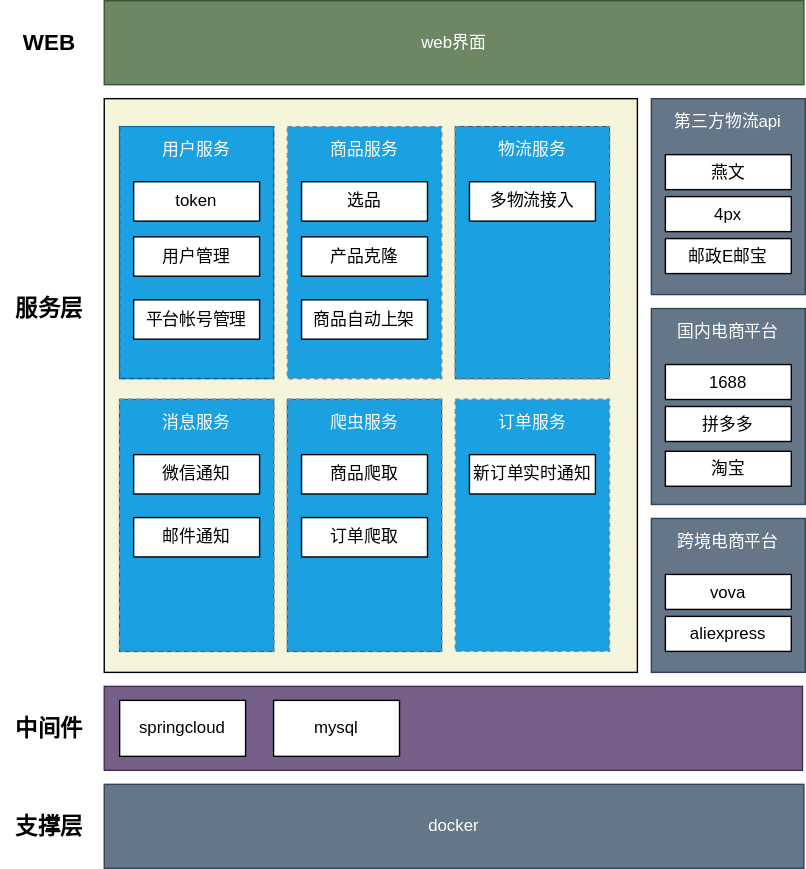
The draw.io diagram doc/architecture.svg in 5345339/cbec-toolbox, before a commit. Source tidied: cells renumbered, new cells last; positions are measured from the earlier drawing's top-left corner, leaving out a move shared by most shapes.
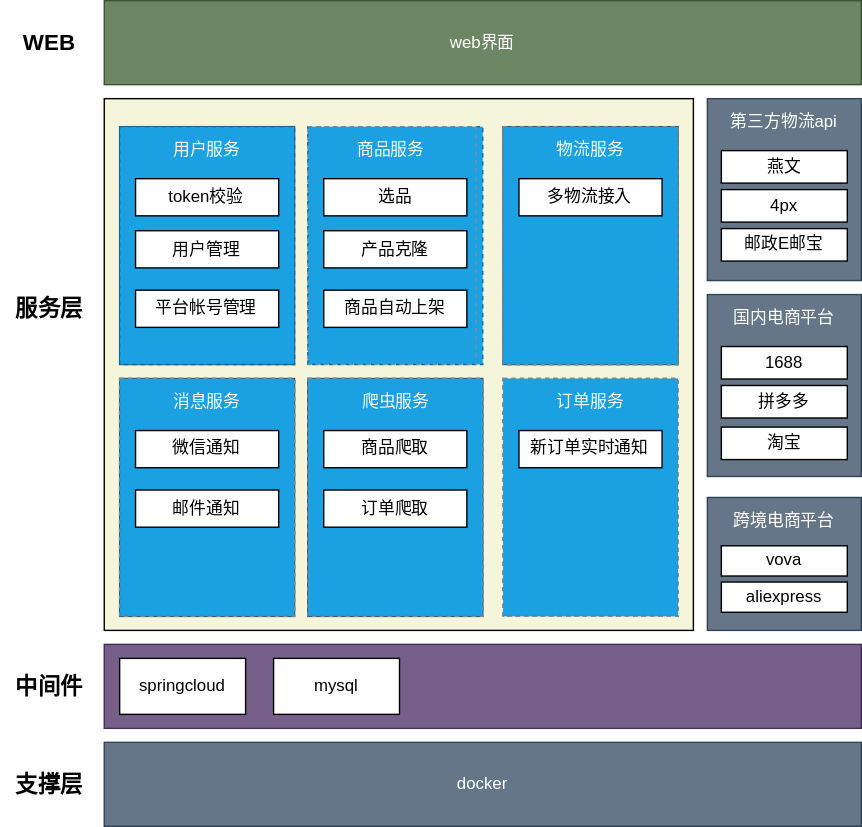
Above is the later version.

What changed in the source:
```diff
@@ -3,16 +3,13 @@
     <mxCell id="0" />
     <mxCell id="1" parent="0" />
     <mxCell id="2" style="rounded=0;whiteSpace=wrap;html=1;fillColor=#f5f5dc;" parent="1" vertex="1">
-      <mxGeometry x="74" y="70" width="381" height="410" as="geometry" />
+      <mxGeometry x="74" y="70" width="421" height="380" as="geometry" />
     </mxCell>
     <mxCell id="3" value="docker" style="rounded=0;whiteSpace=wrap;html=1;fillColor=#647687;strokeColor=#314354;fontColor=#ffffff;" parent="1" vertex="1">
-      <mxGeometry x="74" y="560" width="500" height="60" as="geometry" />
+      <mxGeometry x="74" y="530" width="541" height="60" as="geometry" />
     </mxCell>
-    <mxCell id="4" style="rounded=0;whiteSpace=wrap;html=1;fillColor=#76608a;strokeColor=#432D57;fontColor=#ffffff;" parent="1" vertex="1">
-      <mxGeometry x="74" y="490" width="499" height="60" as="geometry" />
-    </mxCell>
     <mxCell id="5" value="web界面" style="rounded=0;whiteSpace=wrap;html=1;fillColor=#6d8764;strokeColor=#3A5431;fontColor=#ffffff;" parent="1" vertex="1">
-      <mxGeometry x="74" width="500" height="60" as="geometry" />
+      <mxGeometry x="74" width="541" height="60" as="geometry" />
     </mxCell>
     <mxCell id="6" value="&lt;b&gt;&lt;font style=&quot;font-size: 16px&quot;&gt;WEB&lt;/font&gt;&lt;/b&gt;" style="text;html=1;strokeColor=none;fillColor=none;align=center;verticalAlign=middle;whiteSpace=wrap;rounded=0;" parent="1" vertex="1">
       <mxGeometry x="15" y="20" width="40" height="20" as="geometry" />
@@ -21,145 +18,151 @@
       <mxGeometry x="10" y="210" width="50" height="20" as="geometry" />
     </mxCell>
     <mxCell id="8" value="&lt;span style=&quot;font-size: 16px&quot;&gt;&lt;b&gt;中间件&lt;/b&gt;&lt;/span&gt;" style="text;html=1;strokeColor=none;fillColor=none;align=center;verticalAlign=middle;whiteSpace=wrap;rounded=0;" parent="1" vertex="1">
-      <mxGeometry y="510" width="70" height="20" as="geometry" />
+      <mxGeometry y="480" width="70" height="20" as="geometry" />
     </mxCell>
     <mxCell id="9" value="&lt;font style=&quot;font-size: 16px&quot;&gt;&lt;b&gt;支撑层&lt;/b&gt;&lt;/font&gt;" style="text;html=1;strokeColor=none;fillColor=none;align=center;verticalAlign=middle;whiteSpace=wrap;rounded=0;" parent="1" vertex="1">
-      <mxGeometry x="10" y="580" width="50" height="20" as="geometry" />
+      <mxGeometry x="10" y="550" width="50" height="20" as="geometry" />
     </mxCell>
-    <mxCell id="10" value="springcloud" style="rounded=0;whiteSpace=wrap;html=1;" parent="1" vertex="1">
-      <mxGeometry x="85" y="500" width="90" height="40" as="geometry" />
-    </mxCell>
     <mxCell id="11" style="group;strokeColor=#36393d;fillColor=#9999FF;" parent="1" vertex="1">
-      <mxGeometry x="85" y="90" width="110" height="180" as="geometry" />
+      <mxGeometry x="85" y="90" width="125" height="170" as="geometry" />
     </mxCell>
     <mxCell id="12" value="用户服务" style="html=1;whiteSpace=wrap;fontSize=12;fontStyle=0;strokeColor=#006EAF;verticalAlign=top;align=center;dashed=1;spacingTop=3;fontColor=#ffffff;fillColor=#1ba1e2;" parent="11" vertex="1">
-      <mxGeometry width="110" height="180" as="geometry" />
+      <mxGeometry width="125" height="170" as="geometry" />
     </mxCell>
-    <mxCell id="13" value="token" style="rounded=0;whiteSpace=wrap;html=1;" parent="11" vertex="1">
-      <mxGeometry x="10" y="39.4" width="90" height="28.1" as="geometry" />
+    <mxCell id="13" value="token校验" style="rounded=0;whiteSpace=wrap;html=1;" parent="11" vertex="1">
+      <mxGeometry x="11.4" y="37.2" width="102.3" height="26.6" as="geometry" />
     </mxCell>
     <mxCell id="14" value="用户管理" style="rounded=0;whiteSpace=wrap;html=1;" parent="11" vertex="1">
-      <mxGeometry x="10" y="78.8" width="90" height="28.1" as="geometry" />
+      <mxGeometry x="11.4" y="74.4" width="102.3" height="26.6" as="geometry" />
     </mxCell>
     <mxCell id="15" value="平台帐号管理" style="rounded=0;whiteSpace=wrap;html=1;" parent="11" vertex="1">
-      <mxGeometry x="10" y="123.8" width="90" height="28.1" as="geometry" />
+      <mxGeometry x="11.4" y="116.9" width="102.3" height="26.6" as="geometry" />
     </mxCell>
-    <mxCell id="16" value="mysql" style="rounded=0;whiteSpace=wrap;html=1;" parent="1" vertex="1">
-      <mxGeometry x="195" y="500" width="90" height="40" as="geometry" />
-    </mxCell>
     <mxCell id="17" style="group;strokeColor=#006EAF;fillColor=#1ba1e2;dashed=1;fontColor=#ffffff;fontStyle=0;spacingTop=3;" parent="1" vertex="1">
-      <mxGeometry x="205" y="90" width="110" height="180" as="geometry" />
+      <mxGeometry x="219.5" y="90" width="125" height="170" as="geometry" />
     </mxCell>
     <mxCell id="18" value="&lt;font color=&quot;#ffffff&quot;&gt;商品服务&lt;/font&gt;" style="gradientColor=none;html=1;whiteSpace=wrap;fontSize=12;fontStyle=0;strokeColor=#858B94;fillColor=none;verticalAlign=top;align=center;fontColor=#858B94;dashed=1;spacingTop=3;" parent="17" vertex="1">
-      <mxGeometry width="110" height="180" as="geometry" />
+      <mxGeometry width="120.2" height="170" as="geometry" />
     </mxCell>
     <mxCell id="19" value="选品" style="rounded=0;whiteSpace=wrap;html=1;" parent="17" vertex="1">
-      <mxGeometry x="10" y="39.4" width="90" height="28.1" as="geometry" />
+      <mxGeometry x="11.4" y="37.2" width="102.3" height="26.6" as="geometry" />
     </mxCell>
     <mxCell id="20" value="产品克隆" style="rounded=0;whiteSpace=wrap;html=1;" parent="17" vertex="1">
-      <mxGeometry x="10" y="78.8" width="90" height="28.1" as="geometry" />
+      <mxGeometry x="11.4" y="74.4" width="102.3" height="26.6" as="geometry" />
     </mxCell>
     <mxCell id="21" value="商品自动上架" style="rounded=0;whiteSpace=wrap;html=1;" parent="17" vertex="1">
-      <mxGeometry x="10" y="123.8" width="90" height="28.1" as="geometry" />
+      <mxGeometry x="11.4" y="116.9" width="102.3" height="26.6" as="geometry" />
     </mxCell>
     <mxCell id="22" style="group;strokeColor=#36393d;fillColor=#9999FF;" parent="1" vertex="1">
-      <mxGeometry x="325" y="90" width="110" height="180" as="geometry" />
+      <mxGeometry x="359" y="90" width="125" height="170" as="geometry" />
     </mxCell>
     <mxCell id="23" style="group;dashed=1;fontColor=#ffffff;fontStyle=0;strokeColor=#006EAF;fillColor=#1ba1e2;spacingTop=3;" parent="22" vertex="1">
-      <mxGeometry width="110" height="180" as="geometry" />
+      <mxGeometry width="125" height="170" as="geometry" />
     </mxCell>
     <mxCell id="24" value="&lt;font color=&quot;#ffffff&quot;&gt;物流服务&lt;/font&gt;" style="gradientColor=none;html=1;whiteSpace=wrap;fontSize=12;fontStyle=0;strokeColor=#858B94;verticalAlign=top;align=center;fontColor=#858B94;dashed=1;spacingTop=3;fillColor=none;" parent="23" vertex="1">
-      <mxGeometry width="110" height="180" as="geometry" />
+      <mxGeometry width="125" height="170" as="geometry" />
     </mxCell>
     <mxCell id="25" value="多物流接入" style="rounded=0;whiteSpace=wrap;html=1;" parent="23" vertex="1">
-      <mxGeometry x="10" y="39.4" width="90" height="28.1" as="geometry" />
+      <mxGeometry x="11.4" y="37.2" width="102.3" height="26.6" as="geometry" />
     </mxCell>
     <mxCell id="26" style="group;fillColor=#9999FF;strokeColor=#36393d;fontColor=#f0f0f0;" parent="1" vertex="1">
-      <mxGeometry x="85" y="285" width="110" height="180" as="geometry" />
+      <mxGeometry x="85" y="270" width="125" height="170" as="geometry" />
     </mxCell>
     <mxCell id="27" style="group;dashed=1;fontColor=#ffffff;fontStyle=0;strokeColor=#006EAF;fillColor=#1ba1e2;spacingTop=3;" parent="26" vertex="1">
-      <mxGeometry width="110" height="180" as="geometry" />
+      <mxGeometry width="125" height="170" as="geometry" />
     </mxCell>
     <mxCell id="28" value="&lt;font color=&quot;#ffffff&quot;&gt;消息服务&lt;/font&gt;" style="gradientColor=none;html=1;whiteSpace=wrap;fontSize=12;fontStyle=0;strokeColor=#858B94;fillColor=none;verticalAlign=top;align=center;fontColor=#858B94;dashed=1;spacingTop=3;" parent="27" vertex="1">
-      <mxGeometry width="110" height="180" as="geometry" />
+      <mxGeometry width="125" height="170" as="geometry" />
     </mxCell>
     <mxCell id="29" value="微信通知" style="rounded=0;whiteSpace=wrap;html=1;" parent="27" vertex="1">
-      <mxGeometry x="10" y="39.4" width="90" height="28.1" as="geometry" />
+      <mxGeometry x="11.4" y="37.2" width="102.3" height="26.6" as="geometry" />
     </mxCell>
     <mxCell id="30" value="邮件通知" style="rounded=0;whiteSpace=wrap;html=1;" parent="27" vertex="1">
-      <mxGeometry x="10" y="84.4" width="90" height="28.1" as="geometry" />
+      <mxGeometry x="11.4" y="79.7" width="102.3" height="26.6" as="geometry" />
     </mxCell>
     <mxCell id="31" style="group;strokeColor=#36393d;fillColor=#9999FF;" parent="1" vertex="1">
-      <mxGeometry x="205" y="285" width="110" height="180" as="geometry" />
+      <mxGeometry x="219.5" y="270" width="125" height="170" as="geometry" />
     </mxCell>
     <mxCell id="32" style="group;dashed=1;fontColor=#ffffff;fontStyle=0;strokeColor=#006EAF;fillColor=#1ba1e2;spacingTop=3;" parent="31" vertex="1">
-      <mxGeometry width="110" height="180" as="geometry" />
+      <mxGeometry width="125" height="170" as="geometry" />
     </mxCell>
     <mxCell id="33" style="group;" parent="32" vertex="1">
-      <mxGeometry width="110" height="180" as="geometry" />
+      <mxGeometry width="125" height="170" as="geometry" />
     </mxCell>
     <mxCell id="34" value="&lt;font color=&quot;#ffffff&quot;&gt;爬虫服务&lt;/font&gt;" style="gradientColor=none;html=1;whiteSpace=wrap;fontSize=12;fontStyle=0;strokeColor=#858B94;fillColor=none;verticalAlign=top;align=center;fontColor=#858B94;dashed=1;spacingTop=3;" parent="33" vertex="1">
-      <mxGeometry width="110" height="180" as="geometry" />
+      <mxGeometry width="125" height="170" as="geometry" />
     </mxCell>
     <mxCell id="35" value="商品爬取" style="rounded=0;whiteSpace=wrap;html=1;" parent="33" vertex="1">
-      <mxGeometry x="10" y="39.4" width="90" height="28.1" as="geometry" />
+      <mxGeometry x="11.4" y="37.2" width="102.3" height="26.6" as="geometry" />
     </mxCell>
     <mxCell id="36" value="订单爬取" style="rounded=0;whiteSpace=wrap;html=1;" parent="33" vertex="1">
-      <mxGeometry x="10" y="84.4" width="90" height="28.1" as="geometry" />
+      <mxGeometry x="11.4" y="79.7" width="102.3" height="26.6" as="geometry" />
     </mxCell>
     <mxCell id="37" style="group;strokeColor=#006EAF;fillColor=#1ba1e2;dashed=1;fontColor=#ffffff;fontStyle=0;spacingTop=3;" parent="1" vertex="1">
-      <mxGeometry x="325" y="285" width="110" height="180" as="geometry" />
+      <mxGeometry x="359" y="270" width="125" height="170" as="geometry" />
     </mxCell>
     <mxCell id="38" style="group;" parent="37" vertex="1">
-      <mxGeometry width="110" height="180" as="geometry" />
+      <mxGeometry width="125" height="170" as="geometry" />
     </mxCell>
     <mxCell id="39" value="&lt;font color=&quot;#ffffff&quot;&gt;订单服务&lt;/font&gt;" style="gradientColor=none;html=1;whiteSpace=wrap;fontSize=12;fontStyle=0;strokeColor=#858B94;fillColor=none;verticalAlign=top;align=center;fontColor=#858B94;dashed=1;spacingTop=3;" parent="38" vertex="1">
-      <mxGeometry width="110" height="180" as="geometry" />
+      <mxGeometry width="125" height="170" as="geometry" />
     </mxCell>
     <mxCell id="40" value="新订单实时通知" style="rounded=0;whiteSpace=wrap;html=1;" parent="38" vertex="1">
-      <mxGeometry x="10" y="39.4" width="90" height="28.1" as="geometry" />
+      <mxGeometry x="11.4" y="37.2" width="102.3" height="26.6" as="geometry" />
     </mxCell>
     <mxCell id="41" style="group;" parent="1" vertex="1">
-      <mxGeometry x="465" y="70" width="110" height="140" as="geometry" />
+      <mxGeometry x="505" y="70" width="110" height="130" as="geometry" />
     </mxCell>
     <mxCell id="42" value="第三方物流api" style="html=1;whiteSpace=wrap;fontSize=12;fontStyle=0;strokeColor=#314354;fillColor=#647687;verticalAlign=top;align=center;fontColor=#ffffff;dashed=0;spacingTop=3;" parent="41" vertex="1">
-      <mxGeometry width="110" height="140" as="geometry" />
+      <mxGeometry width="110" height="130" as="geometry" />
     </mxCell>
     <mxCell id="43" value="燕文" style="rounded=0;whiteSpace=wrap;html=1;" parent="41" vertex="1">
-      <mxGeometry x="10" y="40" width="90" height="25" as="geometry" />
+      <mxGeometry x="10" y="37.1" width="90" height="23.2" as="geometry" />
     </mxCell>
     <mxCell id="44" value="4px" style="rounded=0;whiteSpace=wrap;html=1;" parent="41" vertex="1">
-      <mxGeometry x="10" y="70" width="90" height="25" as="geometry" />
+      <mxGeometry x="10" y="65" width="90" height="23.2" as="geometry" />
     </mxCell>
     <mxCell id="45" value="邮政E邮宝" style="rounded=0;whiteSpace=wrap;html=1;" parent="41" vertex="1">
-      <mxGeometry x="10" y="100" width="90" height="25" as="geometry" />
+      <mxGeometry x="10" y="92.9" width="90" height="23.2" as="geometry" />
     </mxCell>
     <mxCell id="46" style="group;" parent="1" vertex="1">
-      <mxGeometry x="465" y="220" width="110" height="140" as="geometry" />
+      <mxGeometry x="505" y="210" width="110" height="130" as="geometry" />
     </mxCell>
     <mxCell id="47" value="国内电商平台" style="html=1;whiteSpace=wrap;fontSize=12;fontStyle=0;strokeColor=#314354;fillColor=#647687;verticalAlign=top;align=center;fontColor=#ffffff;dashed=0;spacingTop=3;" parent="46" vertex="1">
-      <mxGeometry width="110" height="140" as="geometry" />
+      <mxGeometry width="110" height="130" as="geometry" />
     </mxCell>
     <mxCell id="48" value="1688" style="rounded=0;whiteSpace=wrap;html=1;" parent="46" vertex="1">
-      <mxGeometry x="10" y="40" width="90" height="25" as="geometry" />
+      <mxGeometry x="10" y="37.1" width="90" height="23.2" as="geometry" />
     </mxCell>
     <mxCell id="49" value="拼多多" style="rounded=0;whiteSpace=wrap;html=1;" parent="46" vertex="1">
-      <mxGeometry x="10" y="70" width="90" height="25" as="geometry" />
+      <mxGeometry x="10" y="65" width="90" height="23.2" as="geometry" />
     </mxCell>
     <mxCell id="50" value="淘宝" style="rounded=0;whiteSpace=wrap;html=1;" parent="46" vertex="1">
-      <mxGeometry x="10" y="102" width="90" height="25" as="geometry" />
+      <mxGeometry x="10" y="94.7" width="90" height="23.2" as="geometry" />
     </mxCell>
     <mxCell id="51" style="group;" parent="1" vertex="1">
-      <mxGeometry x="465" y="370" width="110" height="110" as="geometry" />
+      <mxGeometry x="505" y="355" width="110" height="95" as="geometry" />
     </mxCell>
     <mxCell id="52" value="跨境电商平台" style="html=1;whiteSpace=wrap;fontSize=12;fontStyle=0;strokeColor=#314354;fillColor=#647687;verticalAlign=top;align=center;fontColor=#ffffff;dashed=0;spacingTop=3;" parent="51" vertex="1">
-      <mxGeometry width="110" height="110" as="geometry" />
+      <mxGeometry width="110" height="95" as="geometry" />
     </mxCell>
     <mxCell id="53" value="vova" style="rounded=0;whiteSpace=wrap;html=1;" parent="51" vertex="1">
-      <mxGeometry x="10" y="40" width="90" height="25" as="geometry" />
+      <mxGeometry x="10" y="34.5" width="90" height="21.6" as="geometry" />
     </mxCell>
     <mxCell id="54" value="aliexpress" style="rounded=0;whiteSpace=wrap;html=1;" parent="51" vertex="1">
-      <mxGeometry x="10" y="70" width="90" height="25" as="geometry" />
+      <mxGeometry x="10" y="60.5" width="90" height="21.6" as="geometry" />
     </mxCell>
+    <mxCell id="55" style="group;" parent="1" vertex="1">
+      <mxGeometry x="74" y="460" width="541" height="60" as="geometry" />
+    </mxCell>
+    <mxCell id="4" style="rounded=0;whiteSpace=wrap;html=1;fillColor=#76608a;strokeColor=#432D57;fontColor=#ffffff;" parent="55" vertex="1">
+      <mxGeometry width="541" height="60" as="geometry" />
+    </mxCell>
+    <mxCell id="10" value="springcloud" style="rounded=0;whiteSpace=wrap;html=1;" parent="55" vertex="1">
+      <mxGeometry x="11" y="10" width="90" height="40" as="geometry" />
+    </mxCell>
+    <mxCell id="16" value="mysql" style="rounded=0;whiteSpace=wrap;html=1;" parent="55" vertex="1">
+      <mxGeometry x="121" y="10" width="90" height="40" as="geometry" />
+    </mxCell>
   </root>
 </mxGraphModel>
```
